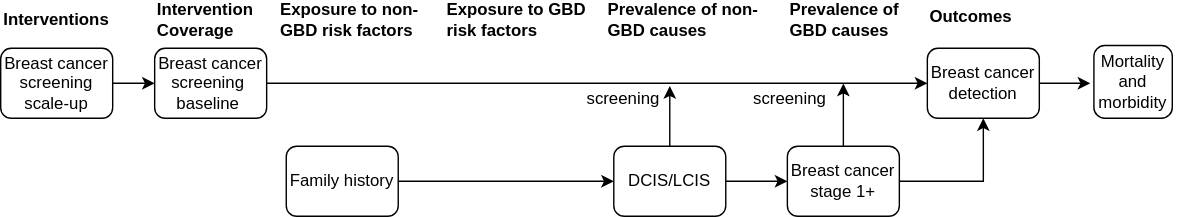
This is docs/source/gbd2017_models/concept_models/vivarium_swissre_breastcancer/viviarium_concept_model_vcm.svg from ihmeuw/vivarium_research, a draw.io export, as it was before one commit. Source tidied: cells renumbered, new cells last; positions are measured from the earlier drawing's top-left corner, leaving out a move shared by most shapes.
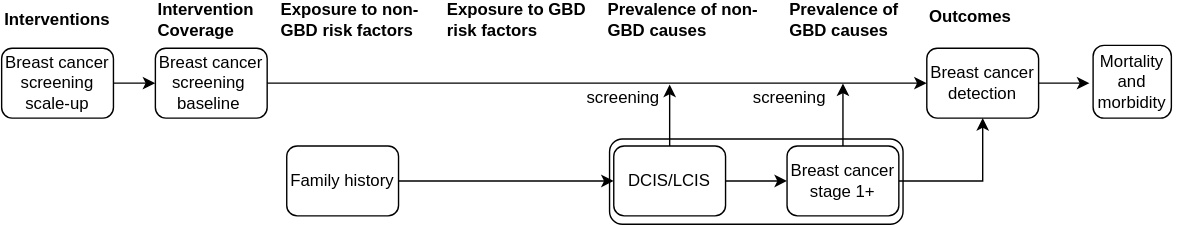
Above is the later version.

Diff of the diagram source:
```diff
@@ -2,6 +2,9 @@
   <root>
     <mxCell id="0" />
     <mxCell id="1" parent="0" />
+    <mxCell id="26" style="rounded=1;whiteSpace=wrap;html=1;" parent="1" vertex="1">
+      <mxGeometry x="435" y="97" width="210" height="61" as="geometry" />
+    </mxCell>
     <mxCell id="2" value="&lt;b&gt;Interventions&lt;/b&gt;" style="text;html=1;strokeColor=none;fillColor=none;align=center;verticalAlign=middle;whiteSpace=wrap;rounded=0;" parent="1" vertex="1">
       <mxGeometry x="20" y="2" width="40" height="20" as="geometry" />
     </mxCell>
@@ -55,11 +58,11 @@
     <mxCell id="18" style="edgeStyle=orthogonalEdgeStyle;rounded=0;jettySize=auto;html=1;exitX=1;exitY=0.5;exitDx=0;exitDy=0;entryX=0;entryY=0.5;entryDx=0;entryDy=0;" parent="1" edge="1" source="20" target="15">
       <mxGeometry relative="1" as="geometry" />
     </mxCell>
-    <mxCell id="19" style="edgeStyle=orthogonalEdgeStyle;rounded=0;jettySize=auto;html=1;exitX=0.5;exitY=0;exitDx=0;exitDy=0;entryX=0.5;entryY=1;entryDx=0;entryDy=0;" parent="1" edge="1" source="20">
-      <mxGeometry relative="1" as="geometry">
-        <mxPoint x="478" y="59" as="targetPoint" />
-      </mxGeometry>
-    </mxCell>
+    <mxCell id="27" style="edgeStyle=orthogonalEdgeStyle;rounded=0;jettySize=auto;html=1;exitX=0.5;exitY=0;exitDx=0;exitDy=0;" parent="1" edge="1" source="20">
+      <mxGeometry relative="1" as="geometry">
+        <mxPoint x="478" y="58" as="targetPoint" />
+      </mxGeometry>
+    </mxCell>
     <mxCell id="20" value="DCIS/LCIS" style="rounded=1;whiteSpace=wrap;html=1;" parent="1" vertex="1">
       <mxGeometry x="438" y="102" width="80" height="50" as="geometry" />
     </mxCell>
```
